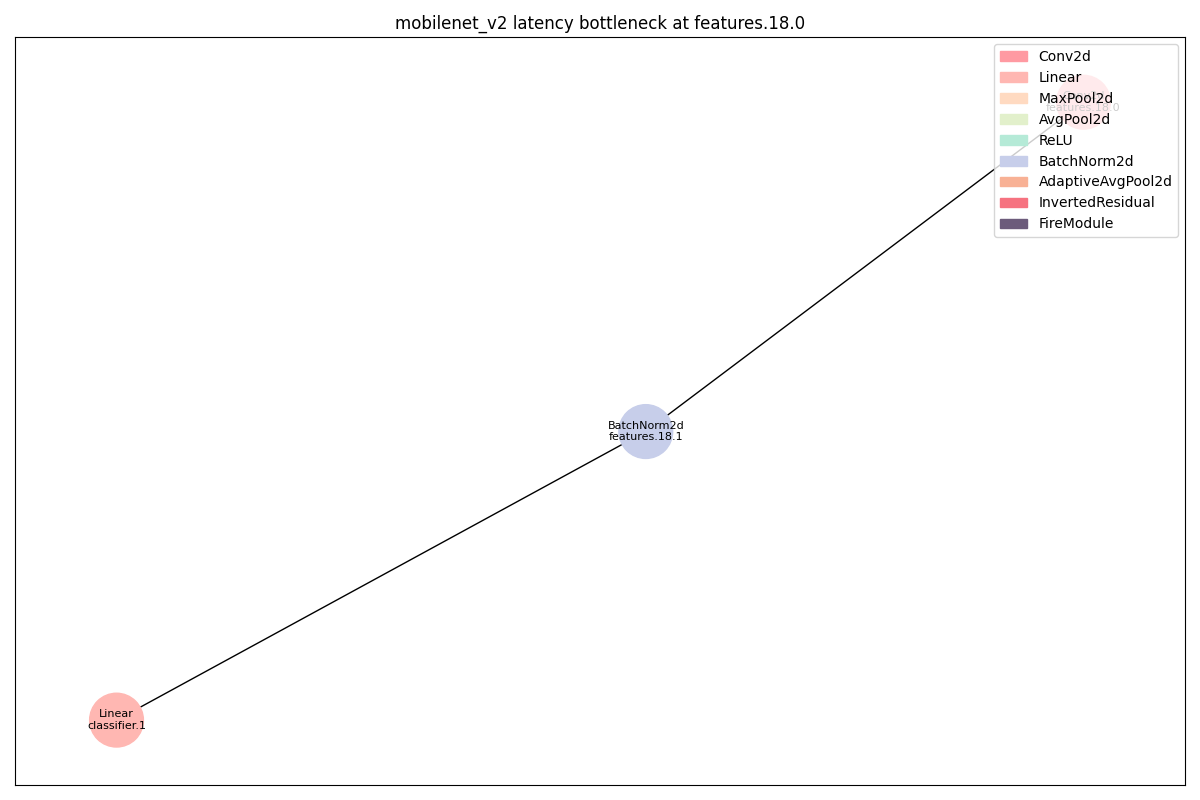
Earlier version of the Graphviz export dags/mobilenet_v2_latency_features_18_0_op.png (11222-Meng/DNN_Bottlen_Layer_Analysis). Its source is kept beside it as dags/mobilenet_v2_latency_features_18_0_op.dot. Source of this version:
```dot
strict digraph "" {
	Conv2d_0	[color="#FF9AA2",
		layer_name="features.18.0",
		params=409600,
		type=Conv2d];
	BatchNorm2d_0	[color="#C7CEEA",
		layer_name="features.18.1",
		params=2560,
		type=BatchNorm2d];
	Conv2d_0 -> BatchNorm2d_0;
	Linear_0	[color="#FFB7B2",
		layer_name="classifier.1",
		params=1281000,
		type=Linear];
	BatchNorm2d_0 -> Linear_0;
}
```
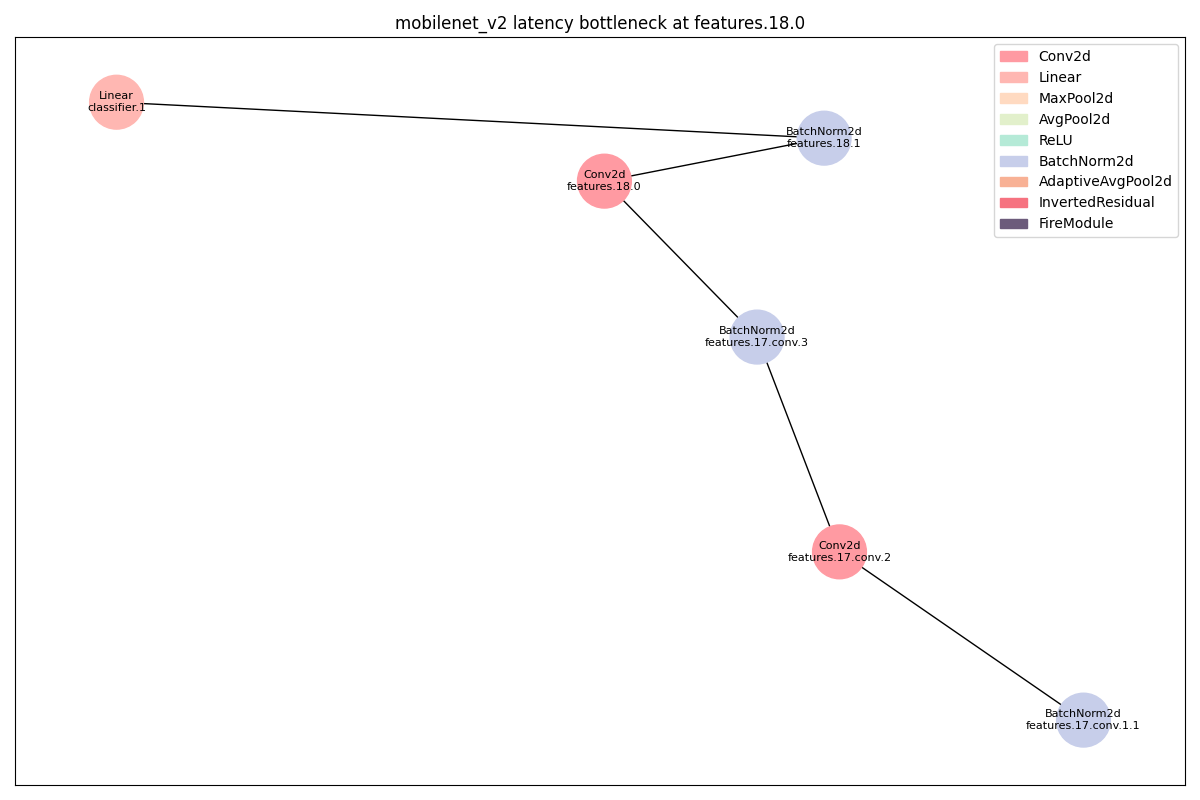
Above is the later version.

Change to the diagram source:
```diff
@@ -1,16 +1,31 @@
 strict digraph "" {
+	BatchNorm2d_0	[color="#C7CEEA",
+		layer_name="features.17.conv.1.1",
+		params=1920,
+		type=BatchNorm2d];
 	Conv2d_0	[color="#FF9AA2",
+		layer_name="features.17.conv.2",
+		params=307200,
+		type=Conv2d];
+	BatchNorm2d_0 -> Conv2d_0;
+	BatchNorm2d_1	[color="#C7CEEA",
+		layer_name="features.17.conv.3",
+		params=640,
+		type=BatchNorm2d];
+	Conv2d_0 -> BatchNorm2d_1;
+	Conv2d_1	[color="#FF9AA2",
 		layer_name="features.18.0",
 		params=409600,
 		type=Conv2d];
-	BatchNorm2d_0	[color="#C7CEEA",
+	BatchNorm2d_1 -> Conv2d_1;
+	BatchNorm2d_2	[color="#C7CEEA",
 		layer_name="features.18.1",
 		params=2560,
 		type=BatchNorm2d];
-	Conv2d_0 -> BatchNorm2d_0;
+	Conv2d_1 -> BatchNorm2d_2;
 	Linear_0	[color="#FFB7B2",
 		layer_name="classifier.1",
 		params=1281000,
 		type=Linear];
-	BatchNorm2d_0 -> Linear_0;
+	BatchNorm2d_2 -> Linear_0;
 }
```
